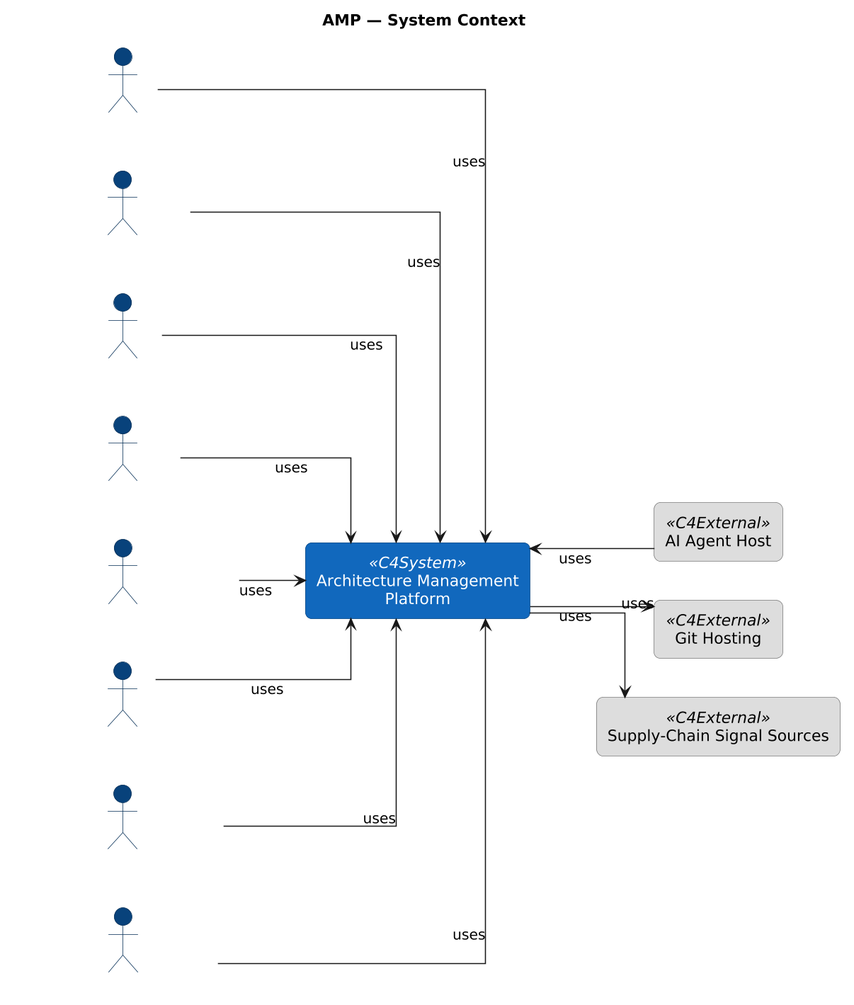
mbauer83/assisted-architecture-management keeps this PlantUML diagram as engagements/ENG-ARCH-REPO/architecture-repository/diagram-catalog/rendered/CSC@1780829783.z8RRON.amp-system-context.png. Above is the earlier version.
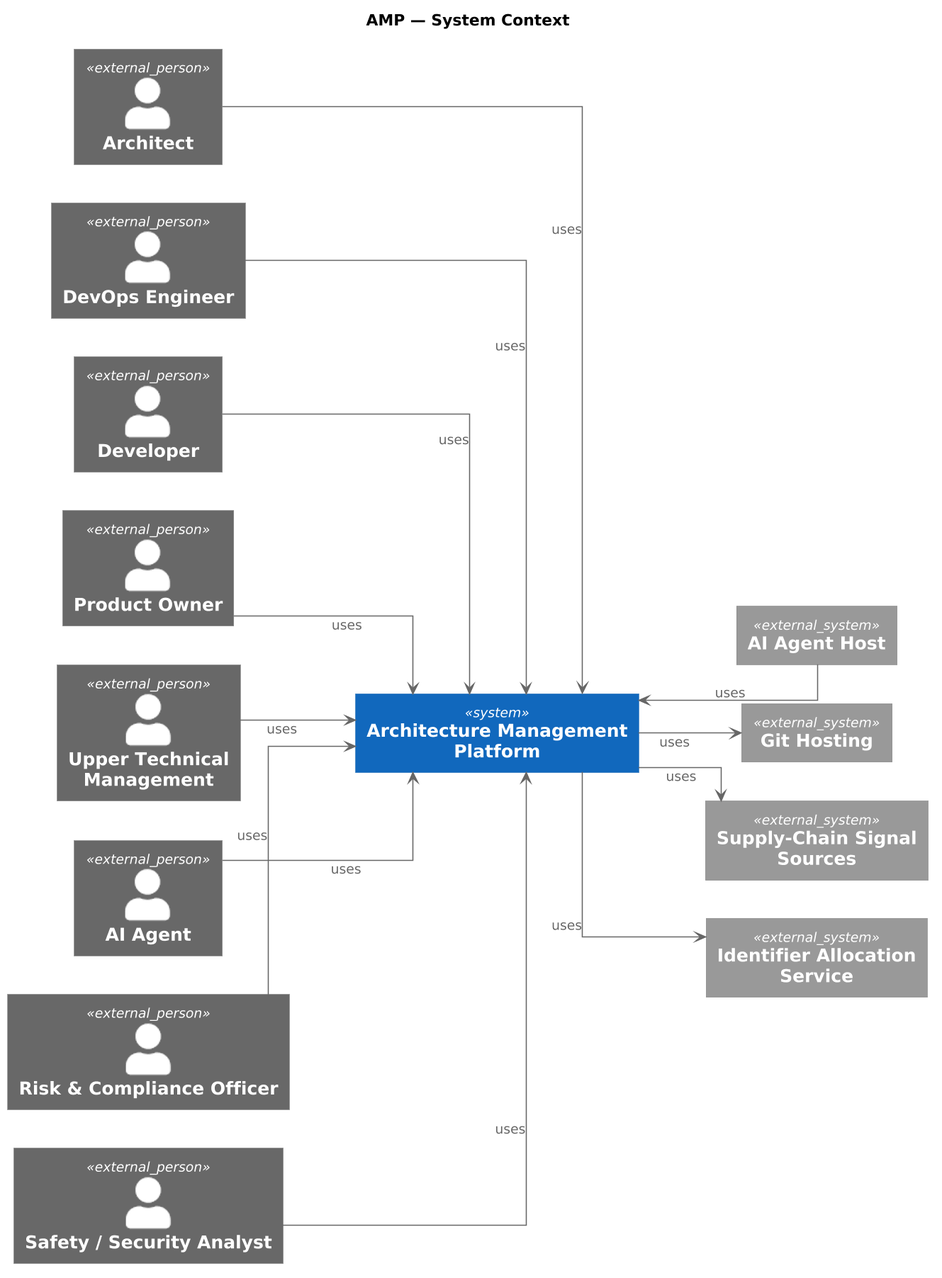
The same file after the commit.

Diff of the diagram source:
```diff
@@ -1,56 +1,29 @@
 @startuml
 skinparamlocked dpi 150
+!include <C4/C4_Component>
 left to right direction
 skinparam shadowing false
 skinparam linetype ortho
 skinparam defaultTextAlignment center
 skinparam wrapWidth 240
 skinparam maxMessageSize 240
-skinparam rectangle {
-  RoundCorner 12
-  Padding 10
-}
-skinparam actor {
-  BackgroundColor #08427b
-  BorderColor #052e56
-  FontColor white
-}
-skinparam rectangle<<C4System>> {
-  BackgroundColor #1168bd
-  BorderColor #0b4884
-  FontColor white
-}
-skinparam rectangle<<C4Container>> {
-  BackgroundColor #438dd5
-  BorderColor #2f6da6
-  FontColor white
-}
-skinparam rectangle<<C4Component>> {
-  BackgroundColor #85bbf0
-  BorderColor #5e98c8
-  FontColor black
-}
-skinparam rectangle<<C4External>> {
-  BackgroundColor #dddddd
-  BorderColor #777777
-  FontColor black
-}
 
 title AMP — System Context
 
-rectangle "Architecture Management Platform" <<C4System>> as APP_hkrdtm
+System(APP_hkrdtm, "Architecture Management Platform")
 
-actor "Architect" as ACT_Nn7Oo7
-actor "DevOps Engineer" as ACT_OLWiNc
-actor "Developer" as ACT_Pp8Qq8
-actor "Product Owner" as ACT_Rr9Ss9
-actor "Upper Technical Management" as ACT_Ut1Vv1
-rectangle "AI Agent Host" <<C4External>> as APP_v6AXNw
-rectangle "Git Hosting" <<C4External>> as APP_Je9pmw
-rectangle "Supply-Chain Signal Sources" <<C4External>> as APP_JqIBPJ
-actor "AI Agent" as ROL_udXPfB
-actor "Risk & Compliance Officer" as ROL_abNYhO
-actor "Safety / Security Analyst" as ROL_yswDMB
+Person_Ext(ACT_Nn7Oo7, "Architect")
+Person_Ext(ACT_OLWiNc, "DevOps Engineer")
+Person_Ext(ACT_Pp8Qq8, "Developer")
+Person_Ext(ACT_Rr9Ss9, "Product Owner")
+Person_Ext(ACT_Ut1Vv1, "Upper Technical Management")
+System_Ext(APP_v6AXNw, "AI Agent Host")
+System_Ext(APP_Je9pmw, "Git Hosting")
+System_Ext(APP_JqIBPJ, "Supply-Chain Signal Sources")
+System_Ext(APP_AeU7V3, "Identifier Allocation Service")
+Person_Ext(ROL_udXPfB, "AI Agent")
+Person_Ext(ROL_abNYhO, "Risk & Compliance Officer")
+Person_Ext(ROL_yswDMB, "Safety / Security Analyst")
 
 ACT_Nn7Oo7 -[hidden]right- ACT_OLWiNc
 ACT_OLWiNc -[hidden]right- ACT_Pp8Qq8
@@ -63,6 +36,7 @@
 APP_hkrdtm -[hidden]right- APP_v6AXNw
 APP_v6AXNw -[hidden]right- APP_Je9pmw
 APP_Je9pmw -[hidden]right- APP_JqIBPJ
+APP_JqIBPJ -[hidden]right- APP_AeU7V3
 
 
 ACT_Nn7Oo7 --> APP_hkrdtm : uses
@@ -73,6 +47,7 @@
 APP_v6AXNw --> APP_hkrdtm : uses
 APP_hkrdtm --> APP_Je9pmw : uses
 APP_hkrdtm --> APP_JqIBPJ : uses
+APP_hkrdtm --> APP_AeU7V3 : uses
 ROL_udXPfB --> APP_hkrdtm : uses
 ROL_abNYhO --> APP_hkrdtm : uses
 ROL_yswDMB --> APP_hkrdtm : uses
```
